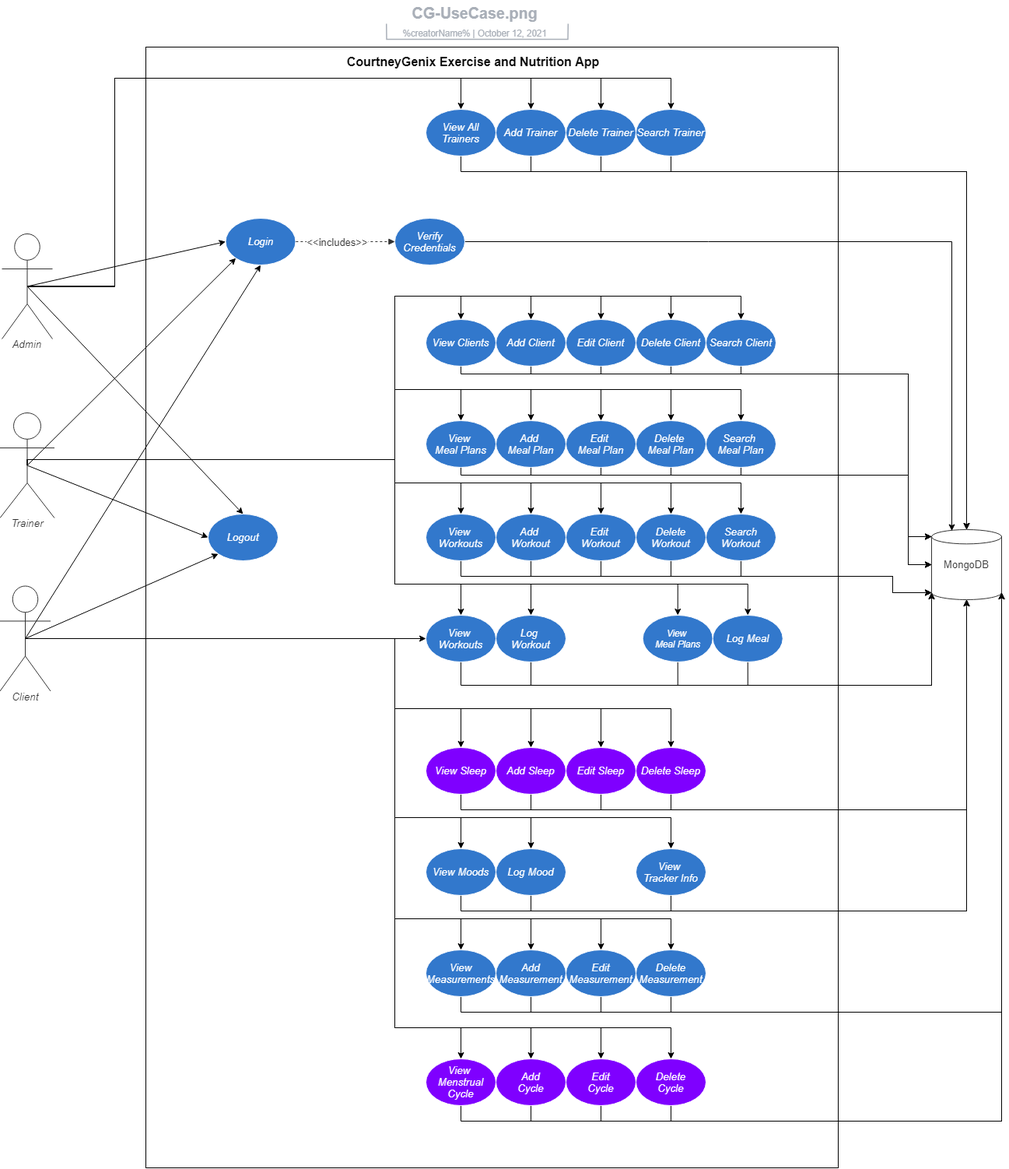
glerichartwell/COP4331-Large-Project keeps this draw.io diagram as CG-UseCase.png. Above is the earlier version. Source tidied: cells renumbered, new cells last; positions are measured from the earlier drawing's top-left corner, leaving out a move shared by most shapes.
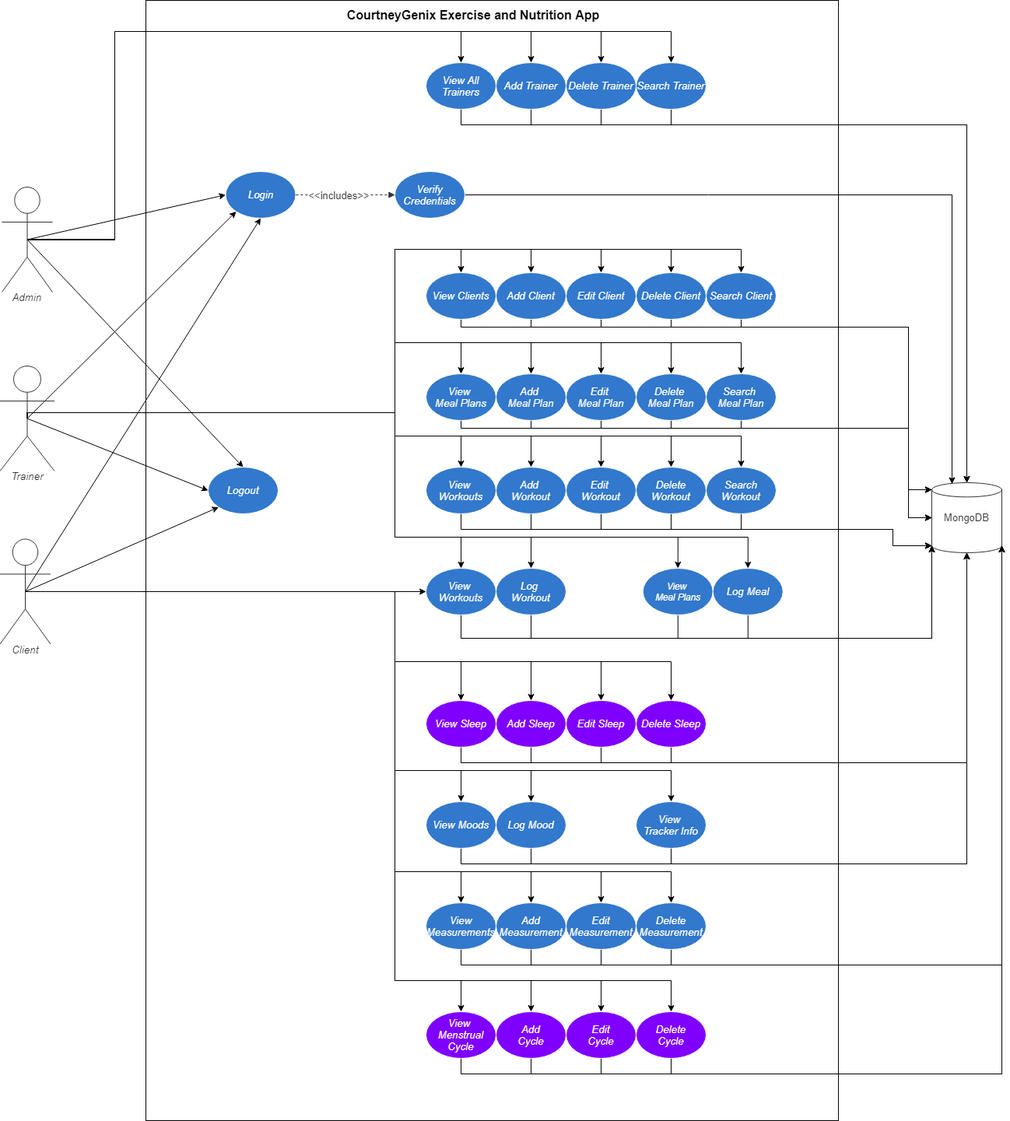
After the commit.

The edit, as a diff of the source:
```diff
@@ -252,27 +252,6 @@
     <mxCell id="32" value="Login" style="html=1;overflow=block;blockSpacing=1;whiteSpace=wrap;ellipse;whiteSpace=wrap;fontSize=13.3;fontColor=#ffffff;fontStyle=2;align=center;spacing=0;verticalAlign=middle;strokeColor=#ffffff;strokeOpacity=100;fillOpacity=100;rounded=1;absoluteArcSize=1;arcSize=7.5;fillColor=#3278cc;strokeWidth=0.8;" parent="1" vertex="1">
       <mxGeometry x="290.5" y="280" width="90" height="60" as="geometry" />
     </mxCell>
-    <mxCell id="33" style="group;" parent="1" vertex="1">
-      <mxGeometry x="290.5" width="640" height="45" as="geometry" />
-    </mxCell>
-    <object id="34" label="%filename%" lucidchartObjectId="574B.V.jTPgA" placeholders="1">
-      <mxCell style="points=[[0.323,0.967,0],[0.688,0.967,0]];html=1;overflow=block;blockSpacing=1;whiteSpace=wrap;whiteSpace=wrap;fontSize=19.7;fontColor=#a9afb8;fontStyle=1;align=center;spacingLeft=7;spacingRight=7;spacingTop=2;spacing=3;strokeOpacity=0;fillOpacity=0;rounded=1;absoluteArcSize=1;arcSize=12;fillColor=#ffffff;strokeWidth=1.5;" parent="33" vertex="1">
-        <mxGeometry width="640" height="31" as="geometry" />
-      </mxCell>
-    </object>
-    <object id="35" label="%creatorName%  |  %date{mmmm d, yyyy}%" lucidchartObjectId="574BS.99andx" placeholders="1">
-      <mxCell style="html=1;overflow=block;blockSpacing=1;whiteSpace=wrap;whiteSpace=wrap;fontSize=11.5;fontColor=#a9afb8;align=center;spacingLeft=7;spacingRight=7;spacingTop=2;spacing=3;strokeOpacity=0;fillOpacity=0;rounded=1;absoluteArcSize=1;arcSize=12;fillColor=#ffffff;strokeWidth=1.5;" parent="33" vertex="1">
-        <mxGeometry y="31" width="640" height="14" as="geometry" />
-      </mxCell>
-    </object>
-    <mxCell id="36" style="html=1;jettySize=18;whiteSpace=wrap;fontSize=13;fontFamily=Helvetica;strokeColor=#a9afb8;strokeOpacity=100;strokeWidth=1.5;rounded=0;startArrow=none;endArrow=none;exitX=0.323;exitY=0.967;exitPerimeter=0;entryX=0.688;entryY=0.967;entryPerimeter=0;" parent="33" edge="1" source="34" target="34">
-      <mxGeometry relative="1" as="geometry">
-        <Array as="points">
-          <mxPoint x="207" y="50" />
-          <mxPoint x="440" y="50" />
-        </Array>
-      </mxGeometry>
-    </mxCell>
     <mxCell id="37" style="edgeStyle=orthogonalEdgeStyle;rounded=0;jettySize=auto;html=1;exitX=0.5;exitY=0.5;exitDx=0;exitDy=0;exitPerimeter=0;fontFamily=Helvetica;fontSize=16;" parent="1" edge="1" source="51" target="107">
       <mxGeometry relative="1" as="geometry">
         <Array as="points">
```
